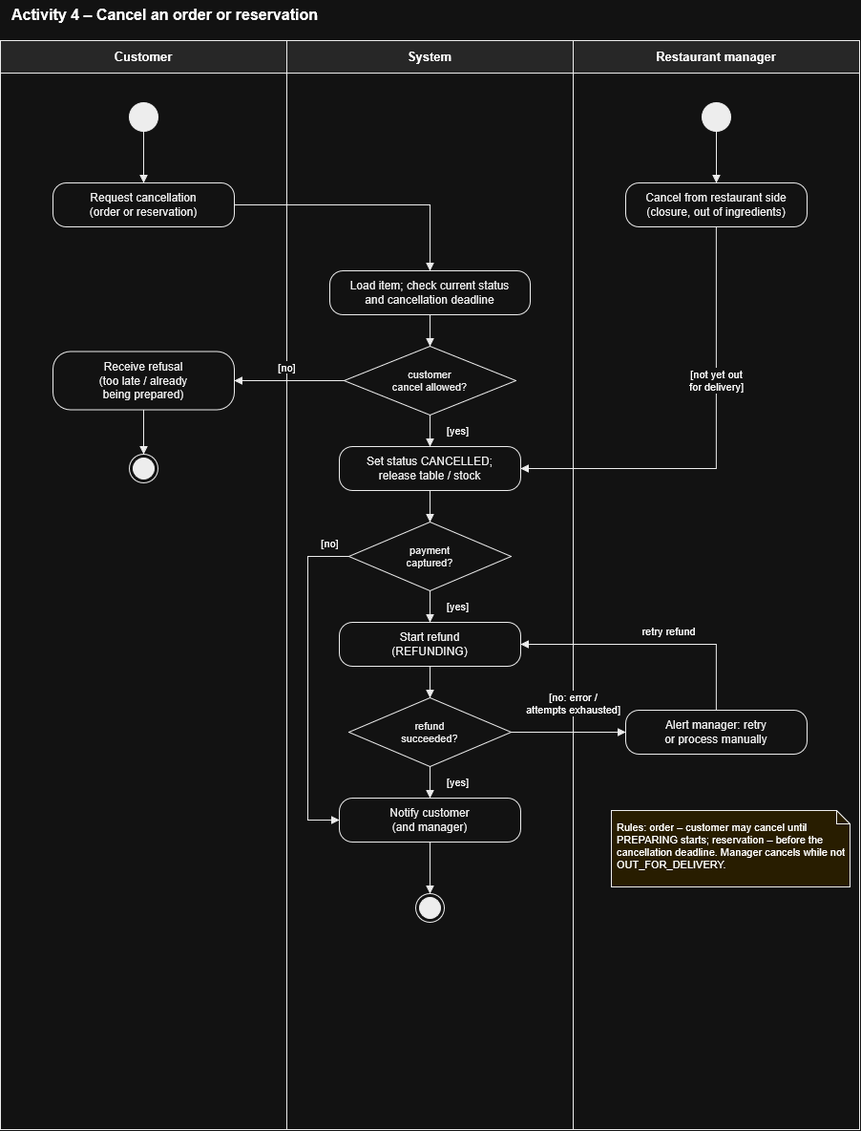
Lukap42/SWE1_Project keeps this draw.io diagram as Activity Diagrams/Activity_4_Cancel_order_or_reservation.png. Above is the earlier version. Source tidied: cells renumbered, new cells last; positions are measured from the earlier drawing's top-left corner, leaving out a move shared by most shapes.
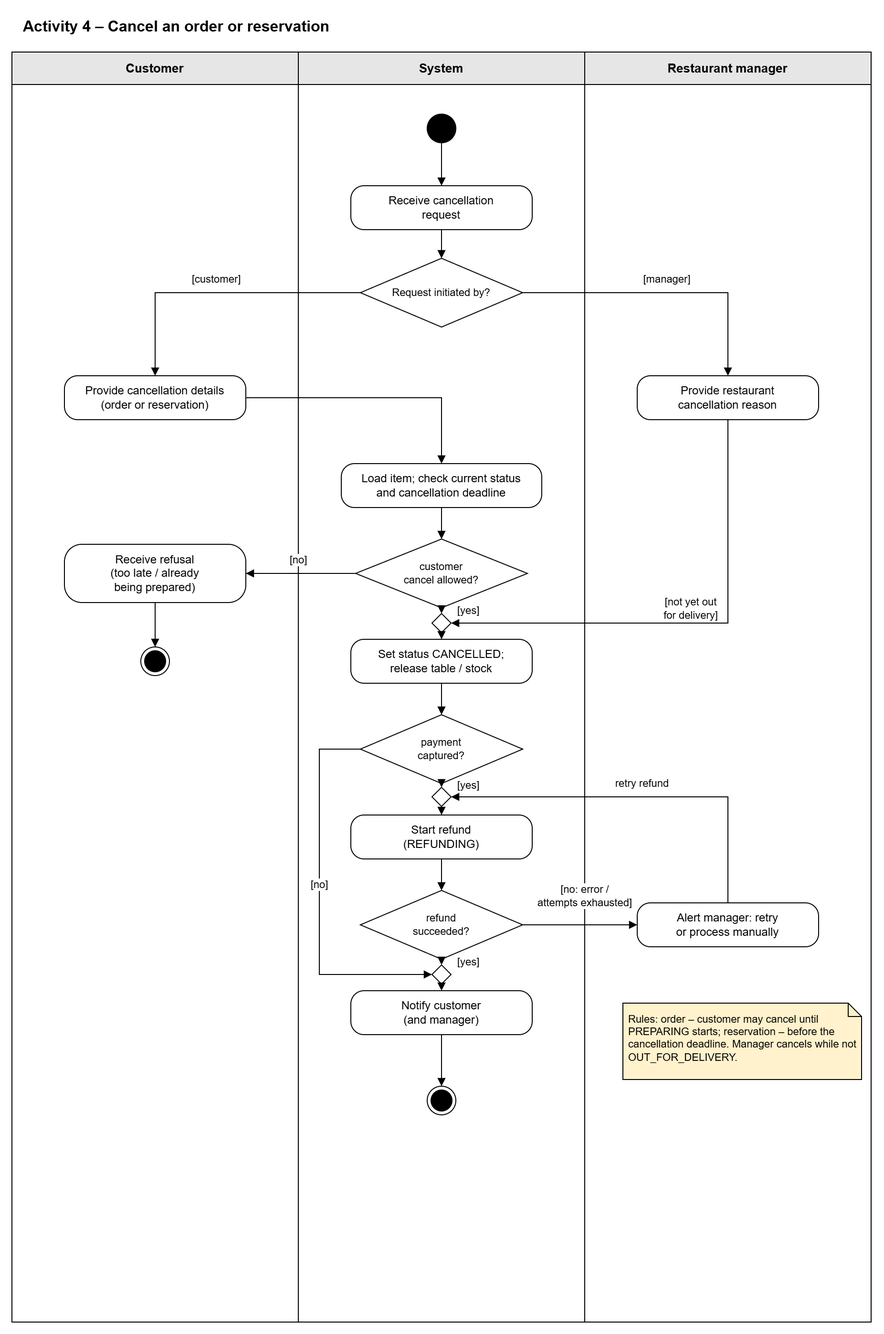
Later version of the same file.

Commit message:
Activity diagrams update

Change to the diagram source:
```diff
@@ -5,21 +5,21 @@
     <mxCell id="2" value="Activity 4 – Cancel an order or reservation" style="text;html=1;align=left;verticalAlign=middle;fontSize=16;fontStyle=1;" parent="1" vertex="1">
-      <mxGeometry x="10" width="700" height="30" as="geometry" />
+      <mxGeometry x="10" y="-190" width="700" height="30" as="geometry" />
     </mxCell>
-    <mxCell id="3" style="rounded=0;whiteSpace=wrap;html=1;fillColor=none;strokeColor=#000000;" parent="1" vertex="1">
-      <mxGeometry y="42" width="300" height="1140" as="geometry" />
-    </mxCell>
+    <mxCell id="41" style="rounded=0;whiteSpace=wrap;html=1;fillColor=none;strokeColor=#000000;" parent="1" vertex="1">
+      <mxGeometry y="-148" width="300" height="1330" as="geometry" />
+    </mxCell>
     <mxCell id="4" value="Customer" style="rounded=0;whiteSpace=wrap;html=1;fillColor=#E6E6E6;strokeColor=#000000;fontStyle=1;fontSize=13;" parent="1" vertex="1">
-      <mxGeometry y="42" width="300" height="34" as="geometry" />
+      <mxGeometry y="-148" width="300" height="34" as="geometry" />
     </mxCell>
-    <mxCell id="5" style="rounded=0;whiteSpace=wrap;html=1;fillColor=none;strokeColor=#000000;" parent="1" vertex="1">
-      <mxGeometry x="300" y="42" width="300" height="1140" as="geometry" />
-    </mxCell>
+    <mxCell id="42" style="rounded=0;whiteSpace=wrap;html=1;fillColor=none;strokeColor=#000000;" parent="1" vertex="1">
+      <mxGeometry x="300" y="-148" width="300" height="1330" as="geometry" />
+    </mxCell>
     <mxCell id="6" value="System" style="rounded=0;whiteSpace=wrap;html=1;fillColor=#E6E6E6;strokeColor=#000000;fontStyle=1;fontSize=13;" parent="1" vertex="1">
-      <mxGeometry x="300" y="42" width="300" height="34" as="geometry" />
+      <mxGeometry x="300" y="-148" width="300" height="34" as="geometry" />
     </mxCell>
-    <mxCell id="7" style="rounded=0;whiteSpace=wrap;html=1;fillColor=none;strokeColor=#000000;" parent="1" vertex="1">
-      <mxGeometry x="600" y="42" width="300" height="1140" as="geometry" />
-    </mxCell>
+    <mxCell id="43" style="rounded=0;whiteSpace=wrap;html=1;fillColor=none;strokeColor=#000000;" parent="1" vertex="1">
+      <mxGeometry x="600" y="-148" width="300" height="1330" as="geometry" />
+    </mxCell>
     <mxCell id="8" value="Restaurant manager" style="rounded=0;whiteSpace=wrap;html=1;fillColor=#E6E6E6;strokeColor=#000000;fontStyle=1;fontSize=13;" parent="1" vertex="1">
-      <mxGeometry x="600" y="42" width="300" height="34" as="geometry" />
+      <mxGeometry x="600" y="-148" width="300" height="34" as="geometry" />
     </mxCell>
@@ -28,14 +28,11 @@
     </mxCell>
-    <mxCell id="10" style="ellipse;html=1;fillColor=#000000;strokeColor=#000000;" parent="1" vertex="1">
-      <mxGeometry x="135" y="107" width="30" height="30" as="geometry" />
-    </mxCell>
-    <mxCell id="11" style="ellipse;html=1;fillColor=#000000;strokeColor=#000000;" parent="1" vertex="1">
-      <mxGeometry x="735" y="107" width="30" height="30" as="geometry" />
-    </mxCell>
-    <mxCell id="12" value="Request cancellation&lt;br&gt;(order or reservation)" style="rounded=1;arcSize=30;whiteSpace=wrap;html=1;fillColor=#FFFFFF;strokeColor=#000000;fontColor=#000000;fontSize=12;" parent="1" vertex="1">
-      <mxGeometry x="55" y="191" width="190" height="46" as="geometry" />
-    </mxCell>
-    <mxCell id="13" value="Cancel from restaurant side&lt;br&gt;(closure, out of ingredients)" style="rounded=1;arcSize=30;whiteSpace=wrap;html=1;fillColor=#FFFFFF;strokeColor=#000000;fontColor=#000000;fontSize=12;" parent="1" vertex="1">
-      <mxGeometry x="655" y="191" width="190" height="46" as="geometry" />
-    </mxCell>
+    <mxCell id="44" style="ellipse;html=1;fillColor=#000000;strokeColor=#000000;" parent="1" vertex="1">
+      <mxGeometry x="435" y="-83" width="30" height="30" as="geometry" />
+    </mxCell>
+    <mxCell id="45" value="Provide cancellation details&lt;br&gt;(order or reservation)" style="rounded=1;arcSize=30;whiteSpace=wrap;html=1;fillColor=#FFFFFF;strokeColor=#000000;fontColor=#000000;fontSize=12;" parent="1" vertex="1">
+      <mxGeometry x="55" y="191" width="190" height="46" as="geometry" />
+    </mxCell>
+    <mxCell id="46" value="Provide restaurant&lt;br&gt;cancellation reason" style="rounded=1;arcSize=30;whiteSpace=wrap;html=1;fillColor=#FFFFFF;strokeColor=#000000;fontColor=#000000;fontSize=12;" parent="1" vertex="1">
+      <mxGeometry x="655" y="191" width="190" height="46" as="geometry" />
+    </mxCell>
     <mxCell id="14" value="Load item; check current status&lt;br&gt;and cancellation deadline" style="rounded=1;arcSize=30;whiteSpace=wrap;html=1;fillColor=#FFFFFF;strokeColor=#000000;fontColor=#000000;fontSize=12;" parent="1" vertex="1">
@@ -49,5 +46,5 @@
     </mxCell>
-    <mxCell id="17" style="ellipse;html=1;shape=endState;fillColor=#000000;strokeColor=#000000;" parent="1" vertex="1">
-      <mxGeometry x="135" y="475" width="30" height="30" as="geometry" />
-    </mxCell>
+    <mxCell id="47" style="ellipse;html=1;shape=endState;fillColor=#000000;strokeColor=#000000;" parent="1" vertex="1">
+      <mxGeometry x="135" y="475" width="30" height="30" as="geometry" />
+    </mxCell>
     <mxCell id="18" value="Set status CANCELLED;&lt;br&gt;release table / stock" style="rounded=1;arcSize=30;whiteSpace=wrap;html=1;fillColor=#FFFFFF;strokeColor=#000000;fontColor=#000000;fontSize=12;" parent="1" vertex="1">
@@ -70,18 +67,18 @@
     </mxCell>
-    <mxCell id="24" style="ellipse;html=1;shape=endState;fillColor=#000000;strokeColor=#000000;" parent="1" vertex="1">
-      <mxGeometry x="435" y="935" width="30" height="30" as="geometry" />
-    </mxCell>
-    <mxCell id="25" style="edgeStyle=orthogonalEdgeStyle;rounded=0;html=1;jettySize=auto;strokeColor=#000000;endArrow=block;endFill=1;fontSize=11;labelBackgroundColor=#FFFFFF;exitX=0.5000;exitY=1.0000;exitDx=0;exitDy=0;entryX=0.5000;entryY=0.0000;entryDx=0;entryDy=0;" parent="1" edge="1" source="10" target="12">
-      <mxGeometry relative="1" as="geometry" />
-    </mxCell>
-    <mxCell id="26" style="edgeStyle=orthogonalEdgeStyle;rounded=0;html=1;jettySize=auto;strokeColor=#000000;endArrow=block;endFill=1;fontSize=11;labelBackgroundColor=#FFFFFF;exitX=0.5000;exitY=1.0000;exitDx=0;exitDy=0;entryX=0.5000;entryY=0.0000;entryDx=0;entryDy=0;" parent="1" edge="1" source="11" target="13">
-      <mxGeometry relative="1" as="geometry" />
-    </mxCell>
-    <mxCell id="27" style="edgeStyle=orthogonalEdgeStyle;rounded=0;html=1;jettySize=auto;strokeColor=#000000;endArrow=block;endFill=1;fontSize=11;labelBackgroundColor=#FFFFFF;exitX=1.0000;exitY=0.5000;exitDx=0;exitDy=0;entryX=0.5000;entryY=0.0000;entryDx=0;entryDy=0;" parent="1" edge="1" source="12" target="14">
-      <mxGeometry relative="1" as="geometry">
-        <Array as="points">
-          <mxPoint x="450" y="214" />
-        </Array>
-      </mxGeometry>
-    </mxCell>
+    <mxCell id="48" style="ellipse;html=1;shape=endState;fillColor=#000000;strokeColor=#000000;" parent="1" vertex="1">
+      <mxGeometry x="435" y="935" width="30" height="30" as="geometry" />
+    </mxCell>
+    <mxCell id="49" style="edgeStyle=orthogonalEdgeStyle;rounded=0;html=1;jettySize=auto;strokeColor=#000000;endArrow=block;endFill=1;fontSize=11;labelBackgroundColor=#FFFFFF;exitX=0.5;exitY=1;entryX=0.5;entryY=0;" parent="1" edge="1" source="44" target="57">
+      <mxGeometry relative="1" as="geometry" />
+    </mxCell>
+    <mxCell id="50" style="edgeStyle=orthogonalEdgeStyle;rounded=0;html=1;jettySize=auto;strokeColor=#000000;endArrow=block;endFill=1;fontSize=11;labelBackgroundColor=#FFFFFF;exitX=0.5;exitY=1;entryX=0.5;entryY=0;" parent="1" edge="1" source="57" target="58">
+      <mxGeometry relative="1" as="geometry" />
+    </mxCell>
+    <mxCell id="51" style="edgeStyle=orthogonalEdgeStyle;rounded=0;html=1;jettySize=auto;strokeColor=#000000;endArrow=block;endFill=1;fontSize=11;labelBackgroundColor=#FFFFFF;exitX=1.0000;exitY=0.5000;exitDx=0;exitDy=0;entryX=0.5000;entryY=0.0000;entryDx=0;entryDy=0;" parent="1" edge="1" source="45" target="14">
+      <mxGeometry relative="1" as="geometry">
+        <Array as="points">
+          <mxPoint x="450" y="214" />
+        </Array>
+      </mxGeometry>
+    </mxCell>
     <mxCell id="28" style="edgeStyle=orthogonalEdgeStyle;rounded=0;html=1;jettySize=auto;strokeColor=#000000;endArrow=block;endFill=1;fontSize=11;labelBackgroundColor=#FFFFFF;exitX=0.5000;exitY=1.0000;exitDx=0;exitDy=0;entryX=0.5000;entryY=0.0000;entryDx=0;entryDy=0;" parent="1" edge="1" source="14" target="15">
@@ -94,15 +91,16 @@
     </mxCell>
-    <mxCell id="30" style="edgeStyle=orthogonalEdgeStyle;rounded=0;html=1;jettySize=auto;strokeColor=#000000;endArrow=block;endFill=1;fontSize=11;labelBackgroundColor=#FFFFFF;exitX=0.5000;exitY=1.0000;exitDx=0;exitDy=0;entryX=0.5000;entryY=0.0000;entryDx=0;entryDy=0;" parent="1" edge="1" source="16" target="17">
-      <mxGeometry relative="1" as="geometry" />
-    </mxCell>
-    <mxCell id="31" value="[yes]" style="edgeStyle=orthogonalEdgeStyle;rounded=0;html=1;jettySize=auto;strokeColor=#000000;endArrow=block;endFill=1;fontSize=11;labelBackgroundColor=#FFFFFF;exitX=0.5000;exitY=1.0000;exitDx=0;exitDy=0;entryX=0.5000;entryY=0.0000;entryDx=0;entryDy=0;" parent="1" edge="1" source="15" target="18">
-      <mxGeometry x="-0.06" relative="1" as="geometry">
-        <mxPoint x="28.5" as="offset" />
-      </mxGeometry>
-    </mxCell>
+    <mxCell id="52" style="edgeStyle=orthogonalEdgeStyle;rounded=0;html=1;jettySize=auto;strokeColor=#000000;endArrow=block;endFill=1;fontSize=11;labelBackgroundColor=#FFFFFF;exitX=0.5000;exitY=1.0000;exitDx=0;exitDy=0;entryX=0.5000;entryY=0.0000;entryDx=0;entryDy=0;" parent="1" edge="1" source="16" target="47">
+      <mxGeometry relative="1" as="geometry" />
+    </mxCell>
+    <mxCell id="53" value="[yes]" style="edgeStyle=orthogonalEdgeStyle;rounded=0;html=1;jettySize=auto;strokeColor=#000000;endArrow=block;endFill=1;fontSize=11;labelBackgroundColor=#FFFFFF;exitX=0.5;exitY=1;entryX=0.5;entryY=0;" parent="1" edge="1" source="15" target="61">
+      <mxGeometry relative="1" as="geometry">
+        <mxPoint x="28" as="offset" />
+      </mxGeometry>
+    </mxCell>
-    <mxCell id="32" value="[not yet out&lt;br&gt;for delivery]" style="edgeStyle=orthogonalEdgeStyle;rounded=0;html=1;jettySize=auto;strokeColor=#000000;endArrow=block;endFill=1;fontSize=11;labelBackgroundColor=#FFFFFF;exitX=0.5000;exitY=1.0000;exitDx=0;exitDy=0;entryX=1.0000;entryY=0.5000;entryDx=0;entryDy=0;" parent="1" edge="1" source="13" target="18">
-      <mxGeometry x="-0.3" relative="1" as="geometry">
+    <mxCell id="32" value="[not yet out&lt;br&gt;for delivery]" style="edgeStyle=orthogonalEdgeStyle;rounded=0;html=1;jettySize=auto;strokeColor=#000000;endArrow=block;endFill=1;fontSize=11;labelBackgroundColor=#FFFFFF;exitX=0.5;exitY=1;entryX=1;entryY=0.5;" parent="1" edge="1" source="46" target="61">
+      <mxGeometry relative="1" as="geometry">
         <Array as="points">
-          <mxPoint x="750" y="490" />
+          <mxPoint x="750" y="450" />
         </Array>
+        <mxPoint y="-15" as="offset" />
       </mxGeometry>
@@ -112,12 +110,12 @@
     </mxCell>
-    <mxCell id="34" value="[yes]" style="edgeStyle=orthogonalEdgeStyle;rounded=0;html=1;jettySize=auto;strokeColor=#000000;endArrow=block;endFill=1;fontSize=11;labelBackgroundColor=#FFFFFF;exitX=0.5000;exitY=1.0000;exitDx=0;exitDy=0;entryX=0.5000;entryY=0.0000;entryDx=0;entryDy=0;" parent="1" edge="1" source="19" target="20">
-      <mxGeometry x="-0.06" relative="1" as="geometry">
-        <mxPoint x="28.5" as="offset" />
-      </mxGeometry>
-    </mxCell>
+    <mxCell id="54" value="[yes]" style="edgeStyle=orthogonalEdgeStyle;rounded=0;html=1;jettySize=auto;strokeColor=#000000;endArrow=block;endFill=1;fontSize=11;labelBackgroundColor=#FFFFFF;exitX=0.5;exitY=1;entryX=0.5;entryY=0;" parent="1" edge="1" source="19" target="63">
+      <mxGeometry relative="1" as="geometry">
+        <mxPoint x="28" as="offset" />
+      </mxGeometry>
+    </mxCell>
-    <mxCell id="35" value="[no]" style="edgeStyle=orthogonalEdgeStyle;rounded=0;html=1;jettySize=auto;strokeColor=#000000;endArrow=block;endFill=1;fontSize=11;labelBackgroundColor=#FFFFFF;exitX=0.0000;exitY=0.5000;exitDx=0;exitDy=0;entryX=0.0000;entryY=0.5000;entryDx=0;entryDy=0;" parent="1" edge="1" source="19" target="23">
-      <mxGeometry x="-0.89" relative="1" as="geometry">
+    <mxCell id="35" value="[no]" style="edgeStyle=orthogonalEdgeStyle;rounded=0;html=1;jettySize=auto;strokeColor=#000000;endArrow=block;endFill=1;fontSize=11;labelBackgroundColor=#FFFFFF;exitX=0;exitY=0.5;entryX=0;entryY=0.5;" parent="1" edge="1" source="19" target="65">
+      <mxGeometry relative="1" as="geometry">
         <Array as="points">
           <mxPoint x="322" y="582" />
-          <mxPoint x="322" y="858" />
+          <mxPoint x="322" y="818" />
         </Array>
@@ -129,7 +127,7 @@
     </mxCell>
-    <mxCell id="37" value="[yes]" style="edgeStyle=orthogonalEdgeStyle;rounded=0;html=1;jettySize=auto;strokeColor=#000000;endArrow=block;endFill=1;fontSize=11;labelBackgroundColor=#FFFFFF;exitX=0.5000;exitY=1.0000;exitDx=0;exitDy=0;entryX=0.5000;entryY=0.0000;entryDx=0;entryDy=0;" parent="1" edge="1" source="21" target="23">
-      <mxGeometry x="-0.06" relative="1" as="geometry">
-        <mxPoint x="28.5" as="offset" />
-      </mxGeometry>
-    </mxCell>
+    <mxCell id="55" value="[yes]" style="edgeStyle=orthogonalEdgeStyle;rounded=0;html=1;jettySize=auto;strokeColor=#000000;endArrow=block;endFill=1;fontSize=11;labelBackgroundColor=#FFFFFF;exitX=0.5;exitY=1;entryX=0.5;entryY=0;" parent="1" edge="1" source="21" target="65">
+      <mxGeometry relative="1" as="geometry">
+        <mxPoint x="28" as="offset" />
+      </mxGeometry>
+    </mxCell>
     <mxCell id="38" value="[no: error /&lt;br&gt;attempts exhausted]" style="edgeStyle=orthogonalEdgeStyle;rounded=0;html=1;jettySize=auto;strokeColor=#000000;endArrow=block;endFill=1;fontSize=11;labelBackgroundColor=#FFFFFF;exitX=1.0000;exitY=0.5000;exitDx=0;exitDy=0;entryX=0.0000;entryY=0.5000;entryDx=0;entryDy=0;" parent="1" edge="1" source="21" target="22">
@@ -139,6 +137,6 @@
     </mxCell>
-    <mxCell id="39" value="retry refund" style="edgeStyle=orthogonalEdgeStyle;rounded=0;html=1;jettySize=auto;strokeColor=#000000;endArrow=block;endFill=1;fontSize=11;labelBackgroundColor=#FFFFFF;exitX=0.5000;exitY=0.0000;exitDx=0;exitDy=0;entryX=1.0000;entryY=0.5000;entryDx=0;entryDy=0;" parent="1" edge="1" source="22" target="20">
-      <mxGeometry x="-0.13" relative="1" as="geometry">
+    <mxCell id="39" value="retry refund" style="edgeStyle=orthogonalEdgeStyle;rounded=0;html=1;jettySize=auto;strokeColor=#000000;endArrow=block;endFill=1;fontSize=11;labelBackgroundColor=#FFFFFF;exitX=0.5;exitY=0;entryX=1;entryY=0.5;" parent="1" edge="1" source="22" target="63">
+      <mxGeometry relative="1" as="geometry">
         <Array as="points">
-          <mxPoint x="750" y="674" />
+          <mxPoint x="750" y="632" />
         </Array>
@@ -147,5 +145,45 @@
     </mxCell>
-    <mxCell id="40" style="edgeStyle=orthogonalEdgeStyle;rounded=0;html=1;jettySize=auto;strokeColor=#000000;endArrow=block;endFill=1;fontSize=11;labelBackgroundColor=#FFFFFF;exitX=0.5000;exitY=1.0000;exitDx=0;exitDy=0;entryX=0.5000;entryY=0.0000;entryDx=0;entryDy=0;" parent="1" edge="1" source="23" target="24">
-      <mxGeometry relative="1" as="geometry" />
-    </mxCell>
+    <mxCell id="56" style="edgeStyle=orthogonalEdgeStyle;rounded=0;html=1;jettySize=auto;strokeColor=#000000;endArrow=block;endFill=1;fontSize=11;labelBackgroundColor=#FFFFFF;exitX=0.5000;exitY=1.0000;exitDx=0;exitDy=0;entryX=0.5000;entryY=0.0000;entryDx=0;entryDy=0;" parent="1" edge="1" source="23" target="48">
+      <mxGeometry relative="1" as="geometry" />
+    </mxCell>
+    <mxCell id="57" value="Receive cancellation&lt;br&gt;request" style="rounded=1;arcSize=30;whiteSpace=wrap;html=1;fillColor=#FFFFFF;strokeColor=#000000;fontColor=#000000;fontSize=12;" parent="1" vertex="1">
+      <mxGeometry x="355" y="-8" width="190" height="46" as="geometry" />
+    </mxCell>
+    <mxCell id="58" value="Request initiated by?" style="rhombus;whiteSpace=wrap;html=1;fillColor=#FFFFFF;strokeColor=#000000;fontColor=#000000;fontSize=11;" parent="1" vertex="1">
+      <mxGeometry x="365" y="68" width="170" height="72" as="geometry" />
+    </mxCell>
+    <mxCell id="59" value="[customer]" style="edgeStyle=orthogonalEdgeStyle;rounded=0;html=1;jettySize=auto;strokeColor=#000000;endArrow=block;endFill=1;fontSize=11;labelBackgroundColor=#FFFFFF;exitX=0;exitY=0.5;entryX=0.5;entryY=0;" parent="1" edge="1" source="58" target="45">
+      <mxGeometry relative="1" as="geometry">
+        <Array as="points">
+          <mxPoint x="150" y="104" />
+        </Array>
+        <mxPoint y="-14" as="offset" />
+      </mxGeometry>
+    </mxCell>
+    <mxCell id="60" value="[manager]" style="edgeStyle=orthogonalEdgeStyle;rounded=0;html=1;jettySize=auto;strokeColor=#000000;endArrow=block;endFill=1;fontSize=11;labelBackgroundColor=#FFFFFF;exitX=1;exitY=0.5;entryX=0.5;entryY=0;" parent="1" edge="1" source="58" target="46">
+      <mxGeometry relative="1" as="geometry">
+        <Array as="points">
+          <mxPoint x="750" y="104" />
+        </Array>
+        <mxPoint y="-14" as="offset" />
+      </mxGeometry>
+    </mxCell>
+    <mxCell id="61" style="rhombus;whiteSpace=wrap;html=1;fillColor=#FFFFFF;strokeColor=#000000;fontColor=#000000;fontSize=11;" parent="1" vertex="1">
+      <mxGeometry x="440" y="440" width="20" height="20" as="geometry" />
+    </mxCell>
+    <mxCell id="62" style="edgeStyle=orthogonalEdgeStyle;rounded=0;html=1;jettySize=auto;strokeColor=#000000;endArrow=block;endFill=1;fontSize=11;labelBackgroundColor=#FFFFFF;exitX=0.5;exitY=1;entryX=0.5;entryY=0;" parent="1" edge="1" source="61" target="18">
+      <mxGeometry relative="1" as="geometry" />
+    </mxCell>
+    <mxCell id="63" style="rhombus;whiteSpace=wrap;html=1;fillColor=#FFFFFF;strokeColor=#000000;fontColor=#000000;fontSize=11;" parent="1" vertex="1">
+      <mxGeometry x="440" y="622" width="20" height="20" as="geometry" />
+    </mxCell>
+    <mxCell id="64" style="edgeStyle=orthogonalEdgeStyle;rounded=0;html=1;jettySize=auto;strokeColor=#000000;endArrow=block;endFill=1;fontSize=11;labelBackgroundColor=#FFFFFF;exitX=0.5;exitY=1;entryX=0.5;entryY=0;" parent="1" edge="1" source="63" target="20">
+      <mxGeometry relative="1" as="geometry" />
+    </mxCell>
+    <mxCell id="65" style="rhombus;whiteSpace=wrap;html=1;fillColor=#FFFFFF;strokeColor=#000000;fontColor=#000000;fontSize=11;" parent="1" vertex="1">
+      <mxGeometry x="440" y="808" width="20" height="20" as="geometry" />
+    </mxCell>
+    <mxCell id="66" style="edgeStyle=orthogonalEdgeStyle;rounded=0;html=1;jettySize=auto;strokeColor=#000000;endArrow=block;endFill=1;fontSize=11;labelBackgroundColor=#FFFFFF;exitX=0.5;exitY=1;entryX=0.5;entryY=0;" parent="1" edge="1" source="65" target="23">
+      <mxGeometry relative="1" as="geometry" />
+    </mxCell>
   </root>
```
